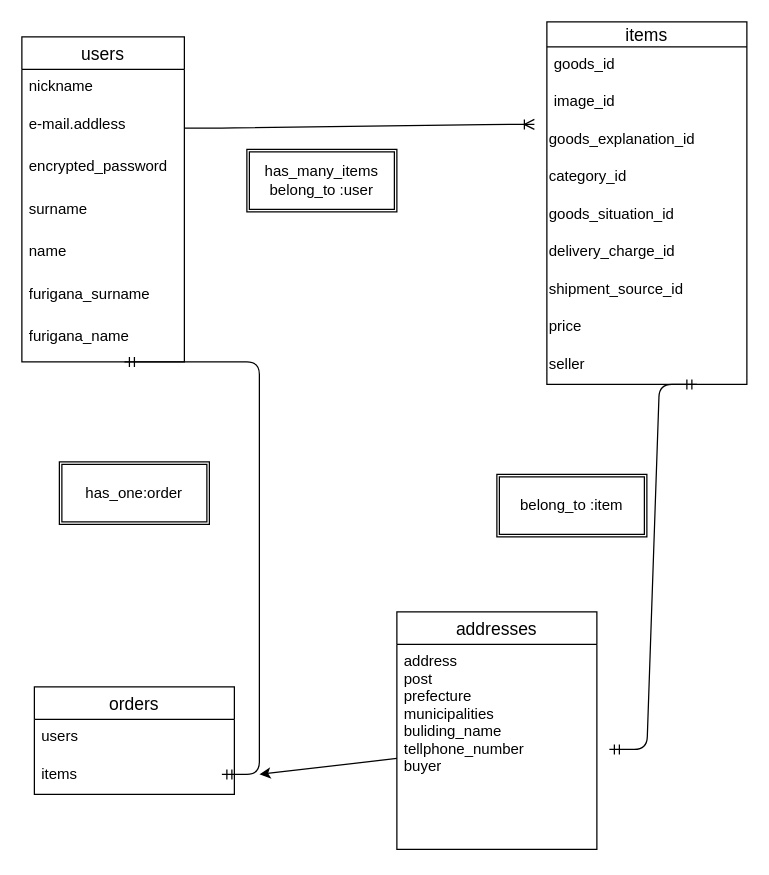
Above: ER.dio in 62111341a/furima-37143 (draw.io), before the change. Source tidied: cells renumbered, new cells numbered last; positions are measured from the earlier drawing's top-left corner, leaving out a move shared by most shapes. Both pictures are drawn from the tidied source at 125%, with x=0, y=0 at pixel (21, 21).
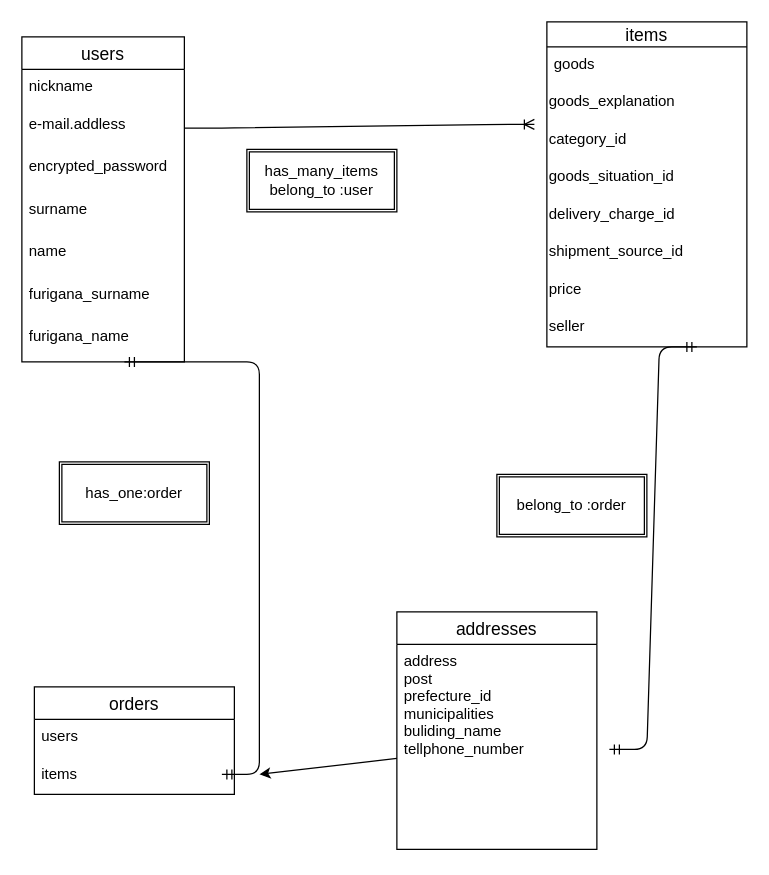
The same diagram, later.

The change refers to these unchanged cells:
```xml
<mxCell id="26" value="addresses" style="swimlane;fontStyle=0;horizontal=1;startSize=26;align=center;fontSize=14;" parent="1" vertex="1">
  <mxGeometry x="300" y="472" width="160" height="190" as="geometry" />
</mxCell>
```

The edit, as a diff of the source:
```diff
@@
     <mxCell id="10" value="items" style="swimlane;fontStyle=0;horizontal=1;startSize=20;align=center;fontSize=14;" parent="1" vertex="1">
-      <mxGeometry x="420" width="160" height="290" as="geometry" />
+      <mxGeometry x="420" width="160" height="260" as="geometry" />
     </mxCell>
-    <mxCell id="11" value="goods_id&#10;" style="text;strokeColor=none;fillColor=none;spacingLeft=4;spacingRight=4;overflow=hidden;fontSize=12;" parent="10" vertex="1">
+    <mxCell id="11" value="goods&#10;" style="text;strokeColor=none;fillColor=none;spacingLeft=4;spacingRight=4;overflow=hidden;fontSize=12;" parent="10" vertex="1">
       <mxGeometry y="20" width="160" height="30" as="geometry" />
     </mxCell>
-    <mxCell id="12" value="image_id" style="text;strokeColor=none;fillColor=none;spacingLeft=4;spacingRight=4;overflow=hidden;fontSize=12;" parent="10" vertex="1">
-      <mxGeometry y="50" width="160" height="30" as="geometry" />
-    </mxCell>
-    <mxCell id="13" value="&lt;font face=&quot;helvetica&quot;&gt;goods_explanation_id&lt;/font&gt;" style="text;whiteSpace=wrap;html=1;" parent="10" vertex="1">
-      <mxGeometry y="80" width="160" height="30" as="geometry" />
+    <mxCell id="13" value="&lt;font face=&quot;helvetica&quot;&gt;goods_explanation&lt;/font&gt;" style="text;whiteSpace=wrap;html=1;" parent="10" vertex="1">
+      <mxGeometry y="50" width="160" height="30" as="geometry" />
     </mxCell>
     <mxCell id="14" value="&lt;font face=&quot;helvetica&quot;&gt;category_id&lt;/font&gt;" style="text;whiteSpace=wrap;html=1;" parent="10" vertex="1">
-      <mxGeometry y="110" width="160" height="30" as="geometry" />
+      <mxGeometry y="80" width="160" height="30" as="geometry" />
     </mxCell>
     <mxCell id="15" value="&lt;font face=&quot;helvetica&quot;&gt;goods_situation_id&lt;/font&gt;" style="text;whiteSpace=wrap;html=1;" parent="10" vertex="1">
-      <mxGeometry y="140" width="160" height="30" as="geometry" />
+      <mxGeometry y="110" width="160" height="30" as="geometry" />
     </mxCell>
     <mxCell id="16" value="&lt;font face=&quot;helvetica&quot;&gt;delivery_charge_id&lt;/font&gt;" style="text;whiteSpace=wrap;html=1;" parent="10" vertex="1">
-      <mxGeometry y="170" width="160" height="30" as="geometry" />
+      <mxGeometry y="140" width="160" height="30" as="geometry" />
     </mxCell>
     <mxCell id="17" value="&lt;font face=&quot;helvetica&quot;&gt;shipment_source_id&lt;/font&gt;" style="text;whiteSpace=wrap;html=1;" parent="10" vertex="1">
-      <mxGeometry y="200" width="160" height="30" as="geometry" />
+      <mxGeometry y="170" width="160" height="30" as="geometry" />
     </mxCell>
     <mxCell id="18" value="&lt;font face=&quot;helvetica&quot;&gt;price&lt;br&gt;&lt;br&gt;&lt;/font&gt;" style="text;whiteSpace=wrap;html=1;" parent="10" vertex="1">
-      <mxGeometry y="230" width="160" height="30" as="geometry" />
+      <mxGeometry y="200" width="160" height="30" as="geometry" />
     </mxCell>
     <mxCell id="19" value="&lt;font face=&quot;helvetica&quot;&gt;seller&lt;/font&gt;" style="text;whiteSpace=wrap;html=1;" parent="10" vertex="1">
-      <mxGeometry y="260" width="160" height="30" as="geometry" />
+      <mxGeometry y="230" width="160" height="30" as="geometry" />
     </mxCell>
@@
-    <mxCell id="22" value="belong_to :item" style="shape=ext;double=1;rounded=0;whiteSpace=wrap;html=1;" parent="1" vertex="1">
+    <mxCell id="22" value="belong_to :order" style="shape=ext;double=1;rounded=0;whiteSpace=wrap;html=1;" parent="1" vertex="1">
       <mxGeometry x="380" y="362" width="120" height="50" as="geometry" />
     </mxCell>
@@
-    <mxCell id="27" value="address&#10;post&#10;prefecture&#10;municipalities&#10;buliding_name&#10;tellphone_number&#10;buyer&#10;&#10;" style="text;strokeColor=none;fillColor=none;spacingLeft=4;spacingRight=4;overflow=hidden;points=[[0,0.5],[1,0.5]];portConstraint=eastwest;fontSize=12;" parent="26" vertex="1">
+    <mxCell id="27" value="address&#10;post&#10;prefecture_id&#10;municipalities&#10;buliding_name&#10;tellphone_number&#10;&#10;" style="text;strokeColor=none;fillColor=none;spacingLeft=4;spacingRight=4;overflow=hidden;points=[[0,0.5],[1,0.5]];portConstraint=eastwest;fontSize=12;" parent="26" vertex="1">
       <mxGeometry y="26" width="160" height="164" as="geometry" />
     </mxCell>
```
